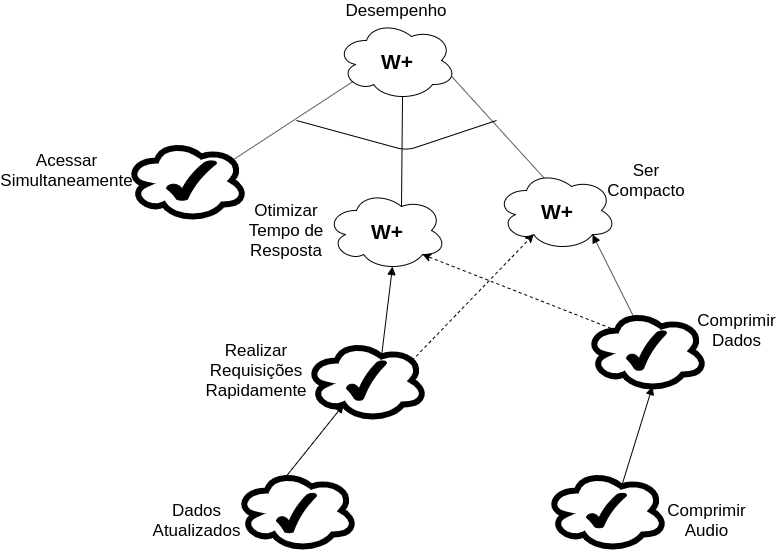
Above: docs/img/Desempenho.png in Requisitos-de-Software/2019.2-Audible (draw.io), before the change. Source tidied: cells renumbered, new cells last; positions are measured from the earlier drawing's top-left corner, leaving out a move shared by most shapes. Source of this version:
```xml
<mxGraphModel>
  <root>
    <mxCell id="0" />
    <mxCell id="1" parent="0" />
    <mxCell id="2" style="edgeStyle=none;rounded=0;jettySize=auto;html=1;exitX=0.13;exitY=0.77;exitDx=0;exitDy=0;exitPerimeter=0;entryX=0.88;entryY=0.25;entryDx=0;entryDy=0;entryPerimeter=0;startArrow=none;startFill=0;endArrow=none;endFill=0;strokeColor=#000000;fontSize=17;" parent="1" edge="1" source="5" target="8">
      <mxGeometry relative="1" as="geometry" />
    </mxCell>
    <mxCell id="3" style="edgeStyle=none;rounded=0;jettySize=auto;html=1;exitX=0.96;exitY=0.7;exitDx=0;exitDy=0;exitPerimeter=0;entryX=0.4;entryY=0.1;entryDx=0;entryDy=0;entryPerimeter=0;startArrow=none;startFill=0;endArrow=none;endFill=0;strokeColor=#000000;fontSize=17;" parent="1" edge="1" source="5" target="7">
      <mxGeometry relative="1" as="geometry" />
    </mxCell>
    <mxCell id="4" style="edgeStyle=none;rounded=0;jettySize=auto;html=1;exitX=0.55;exitY=0.95;exitDx=0;exitDy=0;exitPerimeter=0;entryX=0.625;entryY=0.2;entryDx=0;entryDy=0;entryPerimeter=0;startArrow=none;startFill=0;endArrow=none;endFill=0;strokeColor=#000000;fontSize=17;" parent="1" edge="1" source="5" target="6">
      <mxGeometry relative="1" as="geometry" />
    </mxCell>
    <mxCell id="5" style="ellipse;shape=cloud;whiteSpace=wrap;html=1;labelBackgroundColor=none;fillColor=#FFFFFF;fontSize=24;" parent="1" vertex="1">
      <mxGeometry x="290" y="20" width="120" height="80" as="geometry" />
    </mxCell>
    <mxCell id="6" style="ellipse;shape=cloud;whiteSpace=wrap;html=1;labelBackgroundColor=none;fillColor=#FFFFFF;fontSize=24;" parent="1" vertex="1">
      <mxGeometry x="280" y="190" width="120" height="80" as="geometry" />
    </mxCell>
    <mxCell id="7" style="ellipse;shape=cloud;whiteSpace=wrap;html=1;labelBackgroundColor=none;fillColor=#FFFFFF;fontSize=24;" parent="1" vertex="1">
      <mxGeometry x="450" y="170" width="120" height="80" as="geometry" />
    </mxCell>
    <mxCell id="8" style="ellipse;shape=cloud;whiteSpace=wrap;html=1;labelBackgroundColor=none;fillColor=#FFFFFF;fontSize=24;strokeWidth=6;" parent="1" vertex="1">
      <mxGeometry x="80" y="140" width="120" height="80" as="geometry" />
    </mxCell>
    <mxCell id="9" style="edgeStyle=none;rounded=0;jettySize=auto;html=1;exitX=0.625;exitY=0.2;exitDx=0;exitDy=0;exitPerimeter=0;entryX=0.55;entryY=0.95;entryDx=0;entryDy=0;entryPerimeter=0;startArrow=none;startFill=0;endArrow=block;endFill=1;strokeColor=#000000;fontSize=17;" parent="1" edge="1" source="11" target="6">
      <mxGeometry relative="1" as="geometry" />
    </mxCell>
    <mxCell id="10" style="rounded=0;jettySize=auto;html=1;exitX=0.88;exitY=0.25;exitDx=0;exitDy=0;exitPerimeter=0;entryX=0.31;entryY=0.8;entryDx=0;entryDy=0;entryPerimeter=0;strokeWidth=1;fontSize=21;dashed=1;" parent="1" edge="1" source="11" target="7">
      <mxGeometry relative="1" as="geometry" />
    </mxCell>
    <mxCell id="11" style="ellipse;shape=cloud;whiteSpace=wrap;html=1;labelBackgroundColor=none;fillColor=#FFFFFF;fontSize=24;strokeWidth=6;" parent="1" vertex="1">
      <mxGeometry x="260" y="340" width="120" height="80" as="geometry" />
    </mxCell>
    <mxCell id="12" style="edgeStyle=none;rounded=0;jettySize=auto;html=1;exitX=0.4;exitY=0.1;exitDx=0;exitDy=0;exitPerimeter=0;entryX=0.31;entryY=0.8;entryDx=0;entryDy=0;entryPerimeter=0;startArrow=none;startFill=0;endArrow=block;endFill=1;strokeColor=#000000;fontSize=17;" parent="1" edge="1" source="13" target="11">
      <mxGeometry relative="1" as="geometry" />
    </mxCell>
    <mxCell id="13" style="ellipse;shape=cloud;whiteSpace=wrap;html=1;labelBackgroundColor=none;fillColor=#FFFFFF;fontSize=24;strokeWidth=6;" parent="1" vertex="1">
      <mxGeometry x="190" y="470" width="120" height="80" as="geometry" />
    </mxCell>
    <mxCell id="14" value="Desempenho" style="text;html=1;strokeColor=none;fillColor=none;align=center;verticalAlign=middle;whiteSpace=wrap;rounded=0;labelBackgroundColor=none;fontSize=17;" parent="1" vertex="1">
      <mxGeometry x="330" width="40" height="20" as="geometry" />
    </mxCell>
    <mxCell id="15" value="Acessar Simultaneamente" style="text;html=1;strokeColor=none;fillColor=none;align=center;verticalAlign=middle;whiteSpace=wrap;rounded=0;labelBackgroundColor=none;fontSize=17;" parent="1" vertex="1">
      <mxGeometry y="160" width="40" height="20" as="geometry" />
    </mxCell>
    <mxCell id="16" value="Otimizar Tempo de Resposta" style="text;html=1;strokeColor=none;fillColor=none;align=center;verticalAlign=middle;whiteSpace=wrap;rounded=0;labelBackgroundColor=none;fontSize=17;" parent="1" vertex="1">
      <mxGeometry x="180" y="220" width="120" height="20" as="geometry" />
    </mxCell>
    <mxCell id="17" value="Ser Compacto" style="text;html=1;strokeColor=none;fillColor=none;align=center;verticalAlign=middle;whiteSpace=wrap;rounded=0;labelBackgroundColor=none;fontSize=17;" parent="1" vertex="1">
      <mxGeometry x="580" y="170" width="40" height="20" as="geometry" />
    </mxCell>
    <mxCell id="18" style="edgeStyle=none;rounded=0;orthogonalLoop=1;jettySize=auto;html=1;exitX=0.75;exitY=1;exitDx=0;exitDy=0;startArrow=none;startFill=0;endArrow=none;endFill=0;strokeColor=#000000;fontSize=17;" parent="1" edge="1" source="15" target="15">
      <mxGeometry relative="1" as="geometry" />
    </mxCell>
    <mxCell id="19" value="Realizar Requisições Rapidamente" style="text;html=1;strokeColor=none;fillColor=none;align=center;verticalAlign=middle;whiteSpace=wrap;rounded=0;labelBackgroundColor=none;fontSize=17;" parent="1" vertex="1">
      <mxGeometry x="190" y="360" width="40" height="20" as="geometry" />
    </mxCell>
    <mxCell id="20" value="Dados Atualizados" style="text;html=1;strokeColor=none;fillColor=none;align=center;verticalAlign=middle;whiteSpace=wrap;rounded=0;labelBackgroundColor=none;fontSize=17;" parent="1" vertex="1">
      <mxGeometry x="130" y="510" width="40" height="20" as="geometry" />
    </mxCell>
    <mxCell id="21" style="edgeStyle=none;rounded=0;jettySize=auto;html=1;exitX=0.4;exitY=0.1;exitDx=0;exitDy=0;exitPerimeter=0;entryX=0.8;entryY=0.8;entryDx=0;entryDy=0;entryPerimeter=0;startArrow=none;startFill=0;endArrow=block;endFill=1;strokeColor=#000000;fontSize=17;" parent="1" edge="1" source="23" target="7">
      <mxGeometry relative="1" as="geometry" />
    </mxCell>
    <mxCell id="22" style="edgeStyle=none;rounded=0;jettySize=auto;html=1;exitX=0.25;exitY=0.25;exitDx=0;exitDy=0;exitPerimeter=0;entryX=0.8;entryY=0.8;entryDx=0;entryDy=0;entryPerimeter=0;dashed=1;strokeWidth=1;fontSize=21;" parent="1" edge="1" source="23" target="6">
      <mxGeometry relative="1" as="geometry" />
    </mxCell>
    <mxCell id="23" style="ellipse;shape=cloud;whiteSpace=wrap;html=1;labelBackgroundColor=none;fillColor=#FFFFFF;fontSize=17;strokeWidth=6;" parent="1" vertex="1">
      <mxGeometry x="540" y="310" width="120" height="80" as="geometry" />
    </mxCell>
    <mxCell id="24" style="edgeStyle=none;rounded=0;jettySize=auto;html=1;exitX=0.625;exitY=0.2;exitDx=0;exitDy=0;exitPerimeter=0;entryX=0.55;entryY=0.95;entryDx=0;entryDy=0;entryPerimeter=0;startArrow=none;startFill=0;endArrow=block;endFill=1;strokeColor=#000000;fontSize=17;" parent="1" edge="1" source="25" target="23">
      <mxGeometry relative="1" as="geometry" />
    </mxCell>
    <mxCell id="25" style="ellipse;shape=cloud;whiteSpace=wrap;html=1;labelBackgroundColor=none;fillColor=#FFFFFF;fontSize=17;strokeWidth=6;" parent="1" vertex="1">
      <mxGeometry x="500" y="470" width="120" height="80" as="geometry" />
    </mxCell>
    <mxCell id="26" value="Comprimir Dados" style="text;html=1;strokeColor=none;fillColor=none;align=center;verticalAlign=middle;whiteSpace=wrap;rounded=0;labelBackgroundColor=none;fontSize=17;" parent="1" vertex="1">
      <mxGeometry x="670" y="320" width="40" height="20" as="geometry" />
    </mxCell>
    <mxCell id="27" value="Comprimir Audio" style="text;html=1;strokeColor=none;fillColor=none;align=center;verticalAlign=middle;whiteSpace=wrap;rounded=0;labelBackgroundColor=none;fontSize=17;" parent="1" vertex="1">
      <mxGeometry x="640" y="510" width="40" height="20" as="geometry" />
    </mxCell>
    <mxCell id="28" style="endArrow=none;html=1;strokeColor=#000000;fontSize=17;" parent="1" edge="1">
      <mxGeometry relative="1" as="geometry">
        <mxPoint x="250" y="120" as="sourcePoint" />
        <mxPoint x="450" y="120" as="targetPoint" />
        <Array as="points">
          <mxPoint x="360" y="150" />
        </Array>
      </mxGeometry>
    </mxCell>
    <mxCell id="29" style="verticalLabelPosition=bottom;verticalAlign=top;html=1;shape=mxgraph.basic.tick;labelBackgroundColor=none;fillColor=#000000;fontSize=17;" parent="1" vertex="1">
      <mxGeometry x="580" y="330" width="40" height="40" as="geometry" />
    </mxCell>
    <mxCell id="30" style="verticalLabelPosition=bottom;verticalAlign=top;html=1;shape=mxgraph.basic.tick;labelBackgroundColor=none;fillColor=#000000;fontSize=17;" parent="1" vertex="1">
      <mxGeometry x="540" y="492.5" width="40" height="35" as="geometry" />
    </mxCell>
    <mxCell id="31" style="verticalLabelPosition=bottom;verticalAlign=top;html=1;shape=mxgraph.basic.tick;labelBackgroundColor=none;fillColor=#000000;fontSize=17;" parent="1" vertex="1">
      <mxGeometry x="300" y="360" width="40" height="40" as="geometry" />
    </mxCell>
    <mxCell id="32" style="verticalLabelPosition=bottom;verticalAlign=top;html=1;shape=mxgraph.basic.tick;labelBackgroundColor=none;fillColor=#000000;fontSize=17;" parent="1" vertex="1">
      <mxGeometry x="120" y="160" width="50" height="40" as="geometry" />
    </mxCell>
    <mxCell id="33" style="verticalLabelPosition=bottom;verticalAlign=top;html=1;shape=mxgraph.basic.tick;labelBackgroundColor=none;fillColor=#000000;fontSize=17;" parent="1" vertex="1">
      <mxGeometry x="230" y="492.5" width="40" height="40" as="geometry" />
    </mxCell>
    <mxCell id="34" value="&lt;b&gt;W+&lt;/b&gt;" style="text;html=1;strokeColor=none;fillColor=none;align=center;verticalAlign=middle;whiteSpace=wrap;rounded=0;fontSize=21;" parent="1" vertex="1">
      <mxGeometry x="320" y="220" width="40" height="20" as="geometry" />
    </mxCell>
    <mxCell id="35" value="&lt;b&gt;W+&lt;/b&gt;" style="text;html=1;strokeColor=none;fillColor=none;align=center;verticalAlign=middle;whiteSpace=wrap;rounded=0;fontSize=21;" parent="1" vertex="1">
      <mxGeometry x="490" y="200" width="40" height="20" as="geometry" />
    </mxCell>
    <mxCell id="36" value="&lt;b&gt;W+&lt;/b&gt;" style="text;html=1;strokeColor=none;fillColor=none;align=center;verticalAlign=middle;whiteSpace=wrap;rounded=0;fontSize=21;" parent="1" vertex="1">
      <mxGeometry x="330" y="50" width="40" height="20" as="geometry" />
    </mxCell>
  </root>
</mxGraphModel>
```
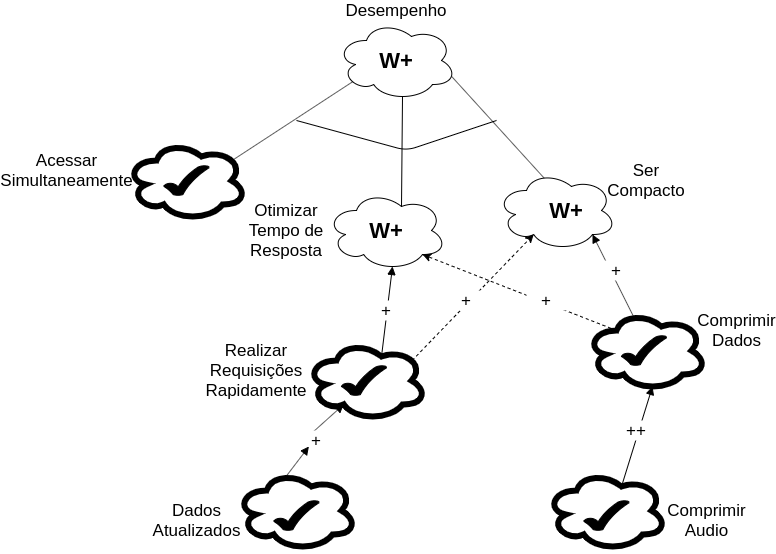
The same file after the commit.

Diff of the diagram source:
```diff
@@ -32,7 +32,7 @@
     <mxCell id="11" style="ellipse;shape=cloud;whiteSpace=wrap;html=1;labelBackgroundColor=none;fillColor=#FFFFFF;fontSize=24;strokeWidth=6;" parent="1" vertex="1">
       <mxGeometry x="260" y="340" width="120" height="80" as="geometry" />
     </mxCell>
-    <mxCell id="12" style="edgeStyle=none;rounded=0;jettySize=auto;html=1;exitX=0.4;exitY=0.1;exitDx=0;exitDy=0;exitPerimeter=0;entryX=0.31;entryY=0.8;entryDx=0;entryDy=0;entryPerimeter=0;startArrow=none;startFill=0;endArrow=block;endFill=1;strokeColor=#000000;fontSize=17;" parent="1" edge="1" source="13" target="11">
+    <mxCell id="12" style="edgeStyle=none;rounded=0;jettySize=auto;html=1;exitX=0.4;exitY=0.1;exitDx=0;exitDy=0;exitPerimeter=0;entryX=0.31;entryY=0.8;entryDx=0;entryDy=0;entryPerimeter=0;startArrow=none;startFill=0;endArrow=block;endFill=1;strokeColor=#000000;fontSize=17;" parent="1" edge="1" source="42" target="11">
       <mxGeometry relative="1" as="geometry" />
     </mxCell>
     <mxCell id="13" style="ellipse;shape=cloud;whiteSpace=wrap;html=1;labelBackgroundColor=none;fillColor=#FFFFFF;fontSize=24;strokeWidth=6;" parent="1" vertex="1">
@@ -89,29 +89,50 @@
         </Array>
       </mxGeometry>
     </mxCell>
-    <mxCell id="29" style="verticalLabelPosition=bottom;verticalAlign=top;html=1;shape=mxgraph.basic.tick;labelBackgroundColor=none;fillColor=#000000;fontSize=17;" parent="1" vertex="1">
-      <mxGeometry x="580" y="330" width="40" height="40" as="geometry" />
-    </mxCell>
-    <mxCell id="30" style="verticalLabelPosition=bottom;verticalAlign=top;html=1;shape=mxgraph.basic.tick;labelBackgroundColor=none;fillColor=#000000;fontSize=17;" parent="1" vertex="1">
-      <mxGeometry x="540" y="492.5" width="40" height="35" as="geometry" />
-    </mxCell>
-    <mxCell id="31" style="verticalLabelPosition=bottom;verticalAlign=top;html=1;shape=mxgraph.basic.tick;labelBackgroundColor=none;fillColor=#000000;fontSize=17;" parent="1" vertex="1">
-      <mxGeometry x="300" y="360" width="40" height="40" as="geometry" />
-    </mxCell>
-    <mxCell id="32" style="verticalLabelPosition=bottom;verticalAlign=top;html=1;shape=mxgraph.basic.tick;labelBackgroundColor=none;fillColor=#000000;fontSize=17;" parent="1" vertex="1">
-      <mxGeometry x="120" y="160" width="50" height="40" as="geometry" />
-    </mxCell>
-    <mxCell id="33" style="verticalLabelPosition=bottom;verticalAlign=top;html=1;shape=mxgraph.basic.tick;labelBackgroundColor=none;fillColor=#000000;fontSize=17;" parent="1" vertex="1">
-      <mxGeometry x="230" y="492.5" width="40" height="40" as="geometry" />
-    </mxCell>
-    <mxCell id="34" value="&lt;b&gt;W+&lt;/b&gt;" style="text;html=1;strokeColor=none;fillColor=none;align=center;verticalAlign=middle;whiteSpace=wrap;rounded=0;fontSize=21;" parent="1" vertex="1">
-      <mxGeometry x="320" y="220" width="40" height="20" as="geometry" />
-    </mxCell>
-    <mxCell id="35" value="&lt;b&gt;W+&lt;/b&gt;" style="text;html=1;strokeColor=none;fillColor=none;align=center;verticalAlign=middle;whiteSpace=wrap;rounded=0;fontSize=21;" parent="1" vertex="1">
-      <mxGeometry x="490" y="200" width="40" height="20" as="geometry" />
-    </mxCell>
-    <mxCell id="36" value="&lt;b&gt;W+&lt;/b&gt;" style="text;html=1;strokeColor=none;fillColor=none;align=center;verticalAlign=middle;whiteSpace=wrap;rounded=0;fontSize=21;" parent="1" vertex="1">
-      <mxGeometry x="330" y="50" width="40" height="20" as="geometry" />
-    </mxCell>
+    <mxCell id="37" value="+" style="text;html=1;strokeColor=none;fillColor=#ffffff;align=center;verticalAlign=middle;whiteSpace=wrap;rounded=0;fontSize=17;" parent="1" vertex="1">
+      <mxGeometry x="400" y="290" width="40" height="20" as="geometry" />
+    </mxCell>
+    <mxCell id="38" value="+" style="text;html=1;strokeColor=none;fillColor=#ffffff;align=center;verticalAlign=middle;whiteSpace=wrap;rounded=0;fontSize=17;" parent="1" vertex="1">
+      <mxGeometry x="480" y="290" width="40" height="20" as="geometry" />
+    </mxCell>
+    <mxCell id="39" value="+" style="text;html=1;strokeColor=none;fillColor=#ffffff;align=center;verticalAlign=middle;whiteSpace=wrap;rounded=0;fontSize=17;" parent="1" vertex="1">
+      <mxGeometry x="550" y="260" width="40" height="20" as="geometry" />
+    </mxCell>
+    <mxCell id="40" value="++" style="text;html=1;strokeColor=none;fillColor=#ffffff;align=center;verticalAlign=middle;whiteSpace=wrap;rounded=0;fontSize=17;" parent="1" vertex="1">
+      <mxGeometry x="570" y="420" width="40" height="20" as="geometry" />
+    </mxCell>
+    <mxCell id="41" value="+" style="text;html=1;strokeColor=none;fillColor=#ffffff;align=center;verticalAlign=middle;whiteSpace=wrap;rounded=0;fontSize=17;" parent="1" vertex="1">
+      <mxGeometry x="320" y="300" width="40" height="20" as="geometry" />
+    </mxCell>
+    <mxCell id="42" value="+" style="text;html=1;strokeColor=none;fillColor=#ffffff;align=center;verticalAlign=middle;whiteSpace=wrap;rounded=0;fontSize=17;" parent="1" vertex="1">
+      <mxGeometry x="250" y="430" width="40" height="20" as="geometry" />
+    </mxCell>
+    <mxCell id="43" style="edgeStyle=none;rounded=0;jettySize=auto;html=1;exitX=0.4;exitY=0.1;exitDx=0;exitDy=0;exitPerimeter=0;entryX=0.31;entryY=0.8;entryDx=0;entryDy=0;entryPerimeter=0;startArrow=none;startFill=0;endArrow=block;endFill=1;strokeColor=#000000;fontSize=17;" parent="1" edge="1" source="13" target="42">
+      <mxGeometry relative="1" as="geometry" />
+    </mxCell>
+    <mxCell id="44" value="W+" style="text;html=1;strokeColor=none;fillColor=none;align=center;verticalAlign=middle;whiteSpace=wrap;rounded=0;fontSize=22;fontStyle=1;" parent="1" vertex="1">
+      <mxGeometry x="330" y="50" width="40" height="20" as="geometry" />
+    </mxCell>
+    <mxCell id="45" value="W+" style="text;html=1;strokeColor=none;fillColor=none;align=center;verticalAlign=middle;whiteSpace=wrap;rounded=0;fontSize=22;fontStyle=1;" parent="1" vertex="1">
+      <mxGeometry x="500" y="200" width="40" height="20" as="geometry" />
+    </mxCell>
+    <mxCell id="46" value="W+" style="text;html=1;strokeColor=none;fillColor=none;align=center;verticalAlign=middle;whiteSpace=wrap;rounded=0;fontSize=22;fontStyle=1;" parent="1" vertex="1">
+      <mxGeometry x="320" y="220" width="40" height="20" as="geometry" />
+    </mxCell>
+    <mxCell id="47" style="verticalLabelPosition=bottom;verticalAlign=top;html=1;shape=mxgraph.basic.tick;fillColor=#000000;fontSize=22;" parent="1" vertex="1">
+      <mxGeometry x="117.5" y="165" width="45" height="30" as="geometry" />
+    </mxCell>
+    <mxCell id="48" style="verticalLabelPosition=bottom;verticalAlign=top;html=1;shape=mxgraph.basic.tick;fillColor=#000000;fontSize=22;" parent="1" vertex="1">
+      <mxGeometry x="575" y="335" width="45" height="30" as="geometry" />
+    </mxCell>
+    <mxCell id="49" style="verticalLabelPosition=bottom;verticalAlign=top;html=1;shape=mxgraph.basic.tick;fillColor=#000000;fontSize=22;" parent="1" vertex="1">
+      <mxGeometry x="295" y="365" width="45" height="30" as="geometry" />
+    </mxCell>
+    <mxCell id="50" style="verticalLabelPosition=bottom;verticalAlign=top;html=1;shape=mxgraph.basic.tick;fillColor=#000000;fontSize=22;" parent="1" vertex="1">
+      <mxGeometry x="537.5" y="500" width="45" height="30" as="geometry" />
+    </mxCell>
+    <mxCell id="51" style="verticalLabelPosition=bottom;verticalAlign=top;html=1;shape=mxgraph.basic.tick;fillColor=#000000;fontSize=22;" parent="1" vertex="1">
+      <mxGeometry x="227.5" y="500" width="45" height="30" as="geometry" />
+    </mxCell>
   </root>
 </mxGraphModel>
```
